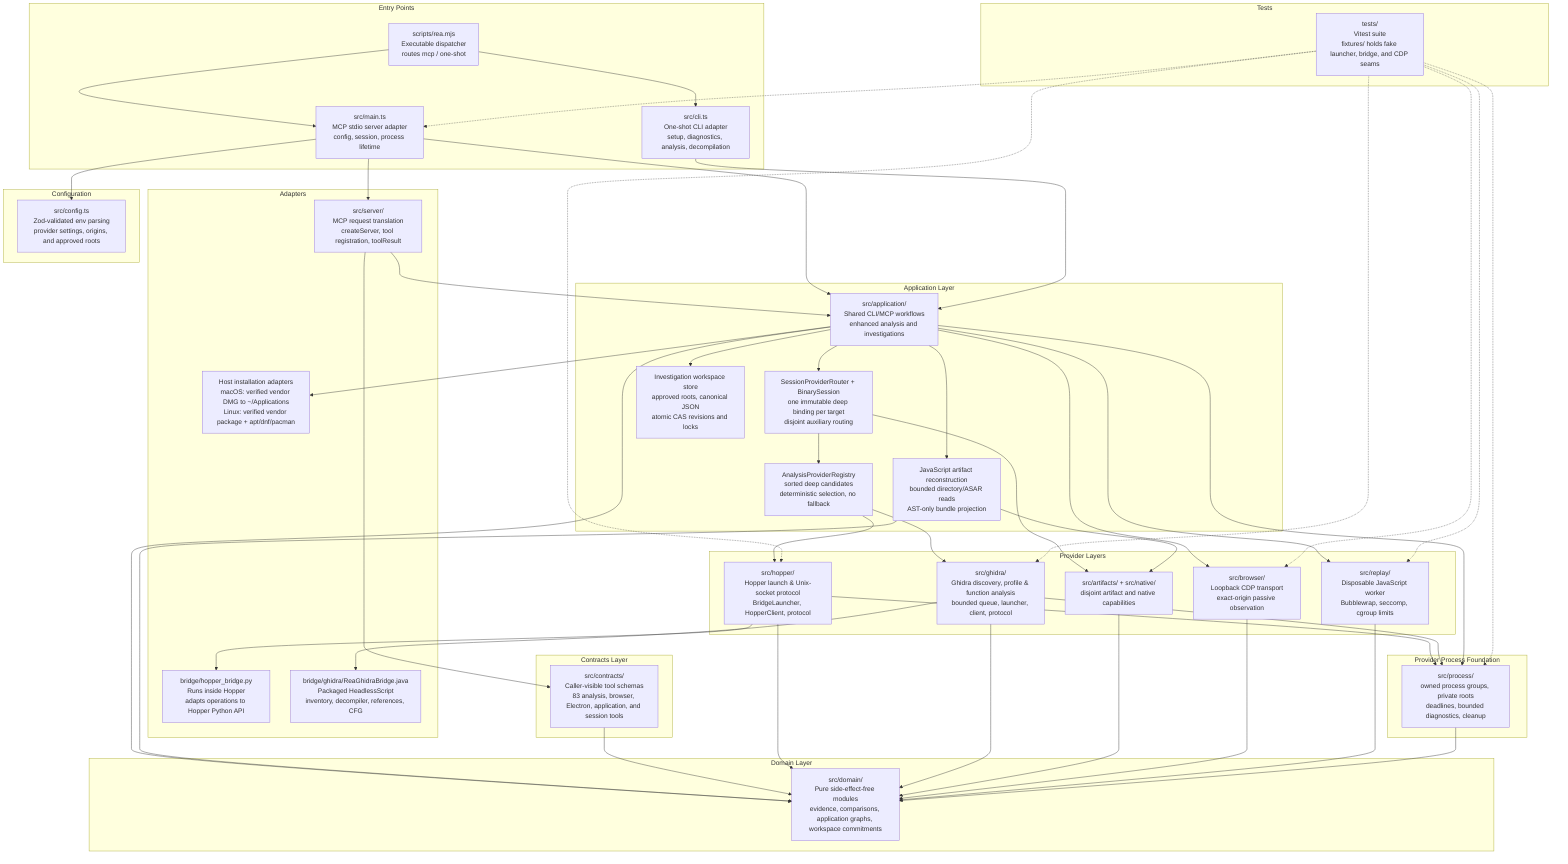
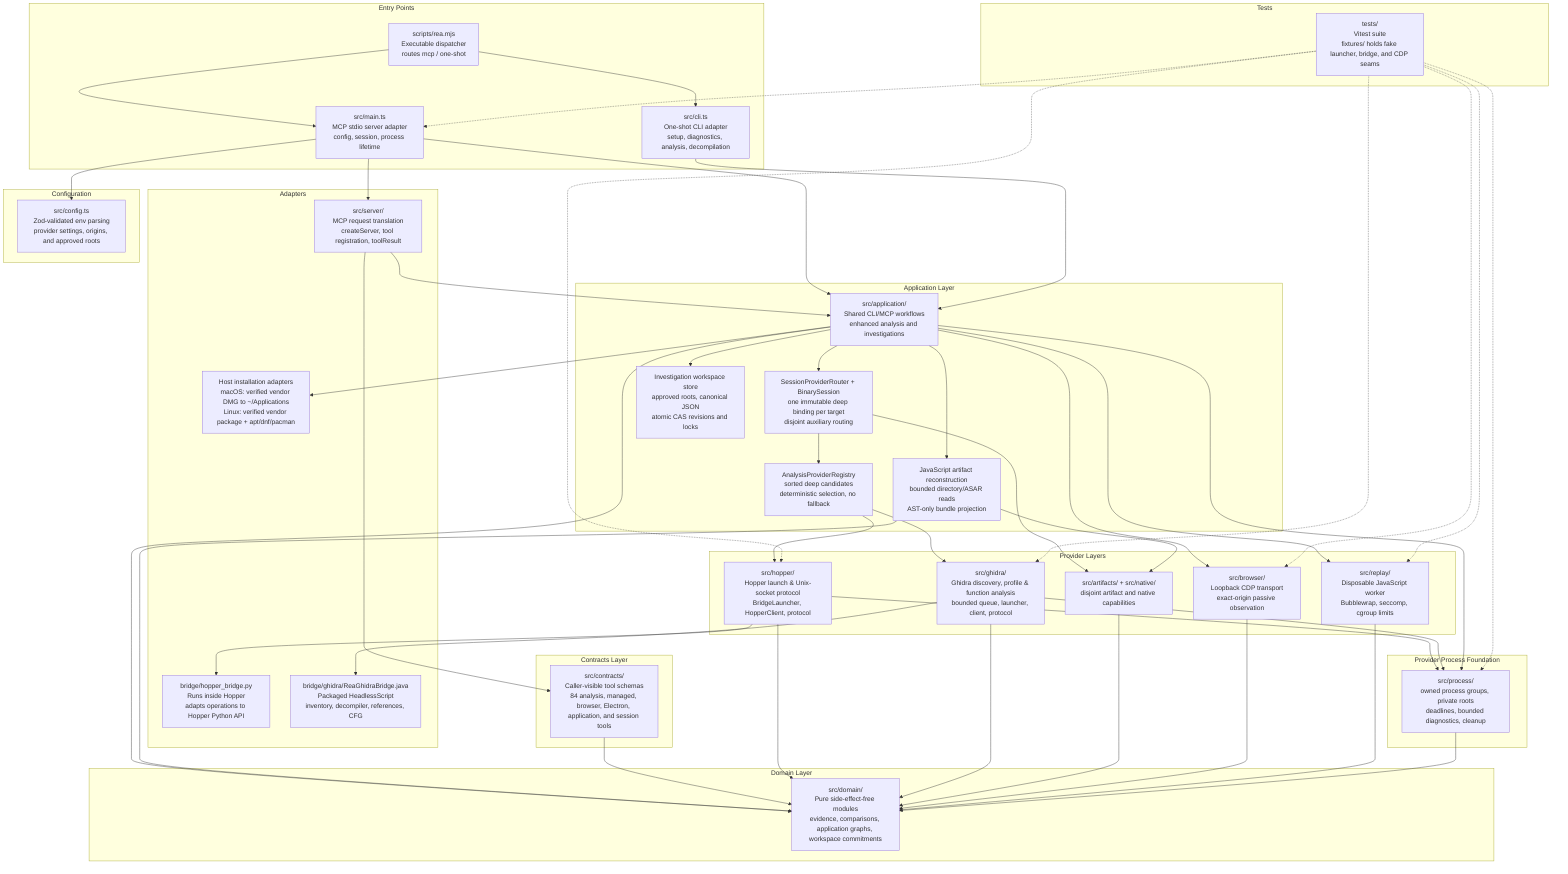
graph TD
    subgraph "Entry Points"
        CLI["src/cli.ts<br/>One-shot CLI adapter<br/>setup, diagnostics, analysis, decompilation"]
        MAIN["src/main.ts<br/>MCP stdio server adapter<br/>config, session, process lifetime"]
        DISPATCH["scripts/rea.mjs<br/>Executable dispatcher<br/>routes mcp / one-shot"]
    end

    subgraph "Adapters"
        SERVER["src/server/<br/>MCP request translation<br/>createServer, tool registration, toolResult"]
        HOPPER_BRIDGE["bridge/hopper_bridge.py<br/>Runs inside Hopper<br/>adapts operations to Hopper Python API"]
        GHIDRA_BRIDGE["bridge/ghidra/ReaGhidraBridge.java<br/>Packaged HeadlessScript<br/>inventory, decompiler, references, CFG"]
        INSTALL["Host installation adapters<br/>macOS: verified vendor DMG to ~/Applications<br/>Linux: verified vendor package + apt/dnf/pacman"]
    end

    subgraph "Application Layer"
        APP["src/application/<br/>Shared CLI/MCP workflows<br/>enhanced analysis and investigations"]
        SESSION["SessionProviderRouter + BinarySession<br/>one immutable deep binding per target<br/>disjoint auxiliary routing"]
        REGISTRY["AnalysisProviderRegistry<br/>sorted deep candidates<br/>deterministic selection, no fallback"]
        WORKSPACE["Investigation workspace store<br/>approved roots, canonical JSON<br/>atomic CAS revisions and locks"]
        JS_RECON["JavaScript artifact reconstruction<br/>bounded directory/ASAR reads<br/>AST-only bundle projection"]
    end

    subgraph "Provider Layers"
        HOPPER["src/hopper/<br/>Hopper launch & Unix-socket protocol<br/>BridgeLauncher, HopperClient, protocol"]
        GHIDRA["src/ghidra/<br/>Ghidra discovery, profile & function analysis<br/>bounded queue, launcher, client, protocol"]
        AUX["src/artifacts/ + src/native/<br/>disjoint artifact and native capabilities"]
        BROWSER["src/browser/<br/>Loopback CDP transport<br/>exact-origin passive observation"]
        REPLAY["src/replay/<br/>Disposable JavaScript worker<br/>Bubblewrap, seccomp, cgroup limits"]
    end

    subgraph "Provider Process Foundation"
        PROCESS["src/process/<br/>owned process groups, private roots<br/>deadlines, bounded diagnostics, cleanup"]
    end

    subgraph "Contracts Layer"
-         CONTRACTS["src/contracts/<br/>Caller-visible tool schemas<br/>83 analysis, browser, Electron, application, and session tools"]
+         CONTRACTS["src/contracts/<br/>Caller-visible tool schemas<br/>84 analysis, managed, browser, Electron, application, and session tools"]
    end

    subgraph "Domain Layer"
        DOMAIN["src/domain/<br/>Pure side-effect-free modules<br/>evidence, comparisons, application graphs, workspace commitments"]
    end

    subgraph "Configuration"
        CONFIG["src/config.ts<br/>Zod-validated env parsing<br/>provider settings, origins, and approved roots"]
    end

    subgraph "Tests"
        TESTS["tests/<br/>Vitest suite<br/>fixtures/ holds fake launcher, bridge, and CDP seams"]
    end

    DISPATCH --> CLI
    DISPATCH --> MAIN
    MAIN --> CONFIG
    MAIN --> SERVER
    MAIN --> APP
    CLI --> APP
    APP --> SESSION
    SESSION --> REGISTRY
    REGISTRY --> HOPPER
    REGISTRY --> GHIDRA
    SESSION --> AUX
    APP --> WORKSPACE
    APP --> JS_RECON
    APP --> INSTALL
    SERVER --> CONTRACTS
    SERVER --> APP
    APP --> BROWSER
    APP --> REPLAY
    HOPPER --> HOPPER_BRIDGE
    GHIDRA --> GHIDRA_BRIDGE
    HOPPER --> PROCESS
    GHIDRA --> PROCESS
    APP --> PROCESS
    APP --> DOMAIN
    JS_RECON --> AUX
    JS_RECON --> DOMAIN
    CONTRACTS --> DOMAIN
    HOPPER --> DOMAIN
    GHIDRA --> DOMAIN
    AUX --> DOMAIN
    BROWSER --> DOMAIN
    REPLAY --> DOMAIN
    PROCESS --> DOMAIN
    TESTS -.-> MAIN
    TESTS -.-> HOPPER
    TESTS -.-> GHIDRA
    TESTS -.-> PROCESS
    TESTS -.-> BROWSER
    TESTS -.-> REPLAY
